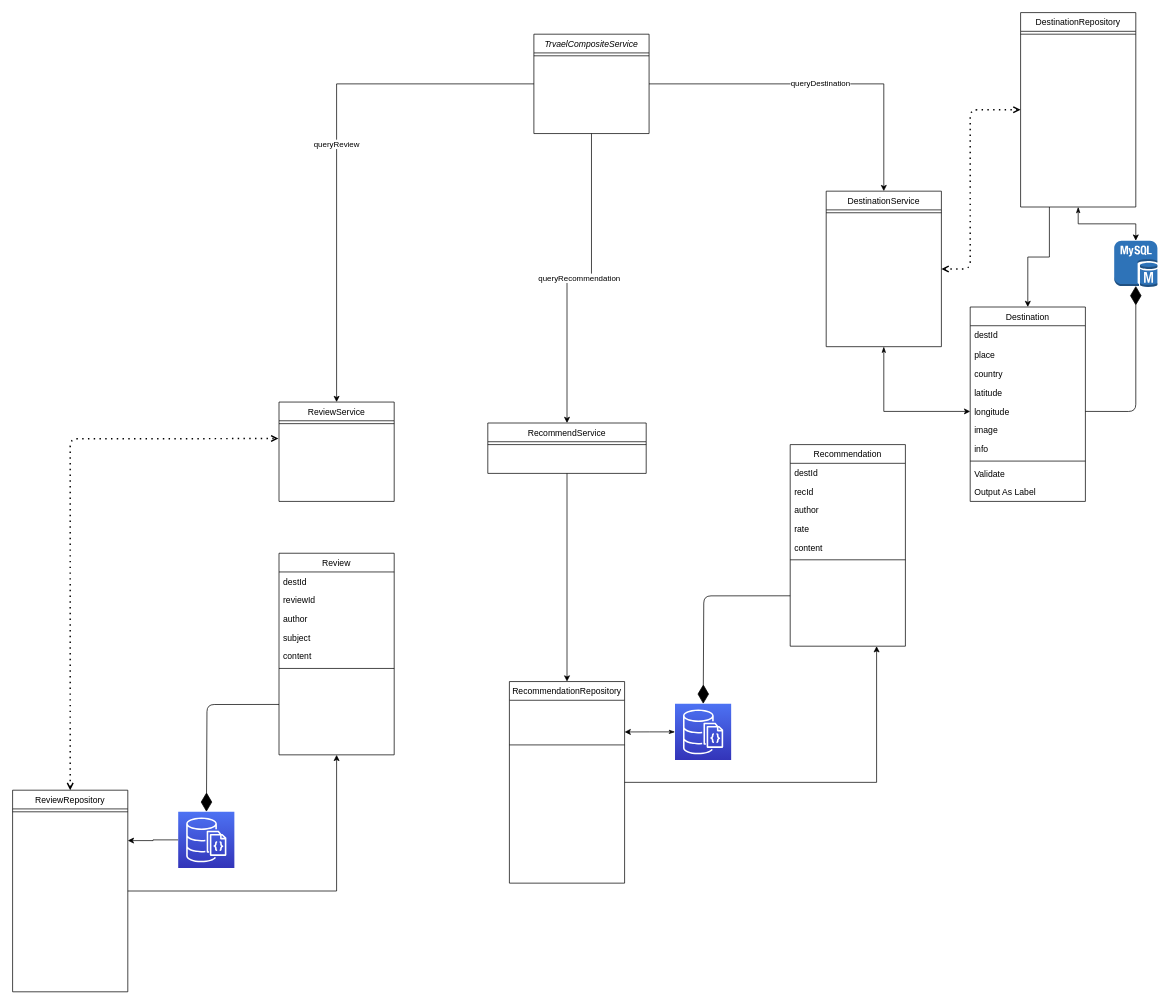
This is docs/diagram.drawio from team-micro/travel-web-app, a draw.io file, before an edit. Source tidied: cells renumbered, new cells numbered last; positions are measured from the earlier drawing's top-left corner, leaving out a move shared by most shapes. Both pictures are drawn from the tidied source at 72%, with x=0, y=0 at pixel (12, 12).
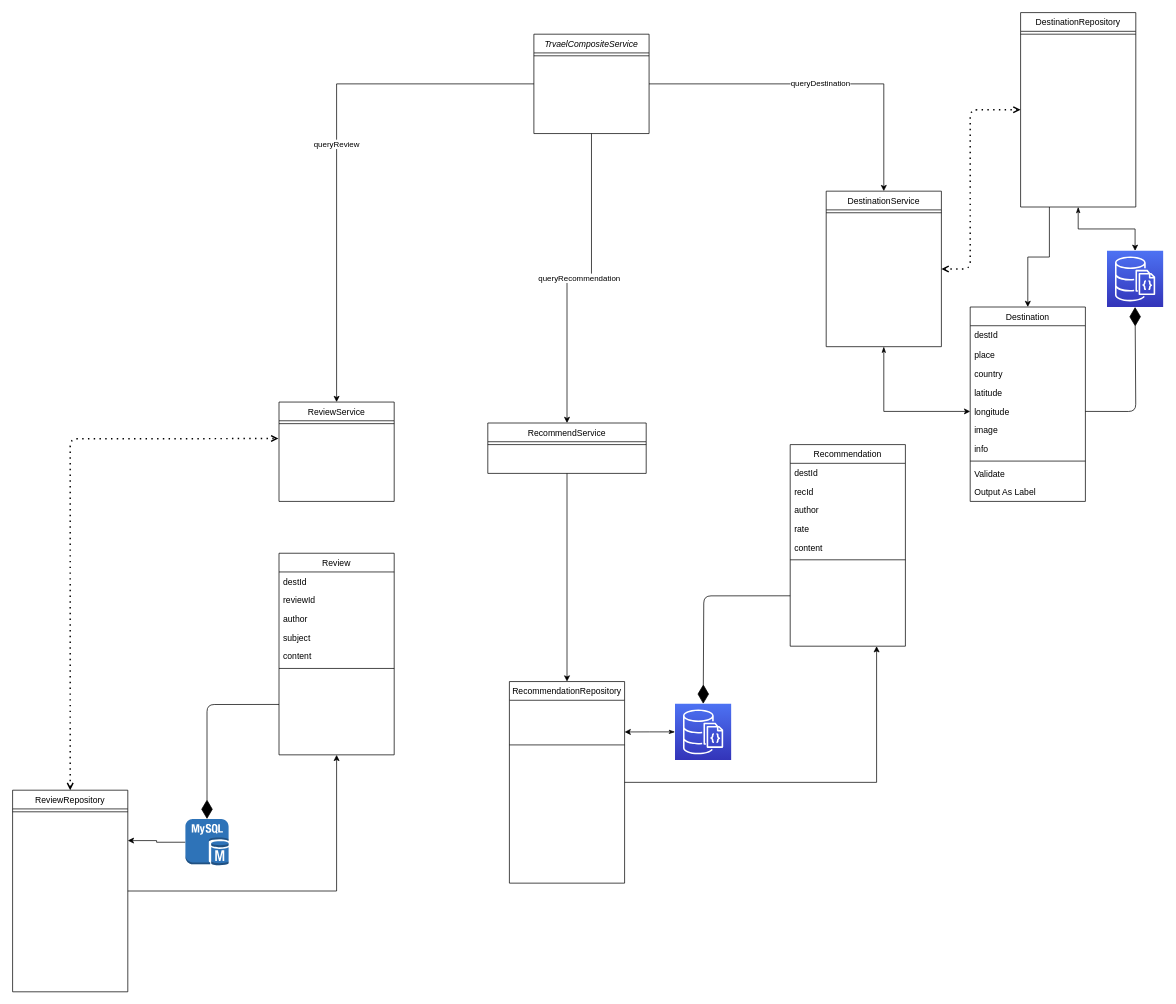
The same page after the edit.

Commit message:
Fix sql bug to be associated with review

The change refers to these unchanged cells:
```xml
<mxCell id="21" value="longitude" style="text;align=left;verticalAlign=top;spacingLeft=4;spacingRight=4;overflow=hidden;points=[[0,0.5],[1,0.5]];portConstraint=eastwest;rounded=0;shadow=0;html=0;" parent="16" vertex="1">
  <mxGeometry y="132" width="160" height="26" as="geometry" />
</mxCell>
<mxCell id="27" value="Review" style="swimlane;fontStyle=0;align=center;verticalAlign=top;horizontal=1;startSize=26;rounded=0;shadow=0;strokeWidth=1;" parent="1" vertex="1">
  <mxGeometry x="370" y="750.9" width="160" height="280" as="geometry" />
</mxCell>
<mxCell id="49" value="ReviewRepository" style="swimlane;fontStyle=0;align=center;verticalAlign=top;horizontal=1;startSize=26;rounded=0;shadow=0;strokeWidth=1;" parent="1" vertex="1">
  <mxGeometry y="1080" width="160" height="280" as="geometry" />
</mxCell>
<mxCell id="52" value="DestinationRepository" style="swimlane;fontStyle=0;align=center;verticalAlign=top;horizontal=1;startSize=26;rounded=0;shadow=0;strokeWidth=1;" parent="1" vertex="1">
  <mxGeometry x="1400" width="160" height="270" as="geometry" />
</mxCell>
```

What changed in the source:
```diff
@@
-    <mxCell id="41" style="endArrow=diamondThin;endFill=1;endSize=24;html=1;exitX=1;exitY=0.5;exitDx=0;exitDy=0;entryX=0.5;entryY=0.975;entryDx=0;entryDy=0;entryPerimeter=0;" parent="1" edge="1" source="21" target="45">
+    <mxCell id="41" style="endArrow=diamondThin;endFill=1;endSize=24;html=1;exitX=1;exitY=0.5;exitDx=0;exitDy=0;entryX=0.5;entryY=1;entryDx=0;entryDy=0;entryPerimeter=0;" parent="1" edge="1" source="21" target="61">
       <mxGeometry relative="1" as="geometry">
         <Array as="points">
           <mxPoint x="1560" y="554" />
         </Array>
       </mxGeometry>
     </mxCell>
@@
-    <mxCell id="43" style="endArrow=diamondThin;endFill=1;endSize=24;html=1;exitX=0;exitY=0.75;exitDx=0;exitDy=0;" parent="1" edge="1" source="27" target="47">
+    <mxCell id="43" style="endArrow=diamondThin;endFill=1;endSize=24;html=1;exitX=0;exitY=0.75;exitDx=0;exitDy=0;entryX=0.5;entryY=0;entryDx=0;entryDy=0;entryPerimeter=0;" parent="1" edge="1" source="27" target="60">
       <mxGeometry relative="1" as="geometry">
         <Array as="points">
           <mxPoint x="270" y="961" />
         </Array>
       </mxGeometry>
     </mxCell>
@@
-    <mxCell id="45" style="outlineConnect=0;dashed=0;verticalLabelPosition=bottom;verticalAlign=top;align=center;html=1;shape=mxgraph.aws3.mysql_db_instance;fillColor=#2E73B8;gradientColor=none;" parent="1" vertex="1">
-      <mxGeometry x="1530" y="316.8" width="60" height="64.5" as="geometry" />
-    </mxCell>
-    <mxCell id="46" style="edgeStyle=orthogonalEdgeStyle;rounded=0;jettySize=auto;html=1;entryX=1;entryY=0.25;entryDx=0;entryDy=0;" parent="1" edge="1" source="47" target="49">
+    <mxCell id="46" style="edgeStyle=orthogonalEdgeStyle;rounded=0;jettySize=auto;html=1;entryX=1;entryY=0.25;entryDx=0;entryDy=0;exitX=0;exitY=0.5;exitDx=0;exitDy=0;exitPerimeter=0;" parent="1" edge="1" source="60" target="49">
       <mxGeometry relative="1" as="geometry" />
     </mxCell>
-    <mxCell id="47" style="sketch=0;points=[[0,0,0],[0.25,0,0],[0.5,0,0],[0.75,0,0],[1,0,0],[0,1,0],[0.25,1,0],[0.5,1,0],[0.75,1,0],[1,1,0],[0,0.25,0],[0,0.5,0],[0,0.75,0],[1,0.25,0],[1,0.5,0],[1,0.75,0]];outlineConnect=0;fontColor=#232F3E;gradientColor=#4D72F3;gradientDirection=north;fillColor=#3334B9;strokeColor=#ffffff;dashed=0;verticalLabelPosition=bottom;verticalAlign=top;align=center;html=1;fontSize=12;fontStyle=0;shape=mxgraph.aws4.resourceIcon;resIcon=mxgraph.aws4.documentdb_with_mongodb_compatibility;" parent="1" vertex="1">
-      <mxGeometry x="230" y="1110" width="78" height="78" as="geometry" />
-    </mxCell>
@@
-    <mxCell id="51" style="edgeStyle=orthogonalEdgeStyle;rounded=0;jettySize=auto;html=1;startArrow=classicThin;startFill=1;" parent="1" edge="1" source="52" target="45">
+    <mxCell id="51" style="edgeStyle=orthogonalEdgeStyle;rounded=0;jettySize=auto;html=1;startArrow=classicThin;startFill=1;entryX=0.5;entryY=0;entryDx=0;entryDy=0;entryPerimeter=0;" parent="1" edge="1" source="52" target="61">
       <mxGeometry relative="1" as="geometry" />
     </mxCell>
@@
+    <mxCell id="60" style="outlineConnect=0;dashed=0;verticalLabelPosition=bottom;verticalAlign=top;align=center;html=1;shape=mxgraph.aws3.mysql_db_instance;fillColor=#2E73B8;gradientColor=none;" parent="1" vertex="1">
+      <mxGeometry x="240" y="1120" width="60" height="64.5" as="geometry" />
+    </mxCell>
+    <mxCell id="61" style="sketch=0;points=[[0,0,0],[0.25,0,0],[0.5,0,0],[0.75,0,0],[1,0,0],[0,1,0],[0.25,1,0],[0.5,1,0],[0.75,1,0],[1,1,0],[0,0.25,0],[0,0.5,0],[0,0.75,0],[1,0.25,0],[1,0.5,0],[1,0.75,0]];outlineConnect=0;fontColor=#232F3E;gradientColor=#4D72F3;gradientDirection=north;fillColor=#3334B9;strokeColor=#ffffff;dashed=0;verticalLabelPosition=bottom;verticalAlign=top;align=center;html=1;fontSize=12;fontStyle=0;shape=mxgraph.aws4.resourceIcon;resIcon=mxgraph.aws4.documentdb_with_mongodb_compatibility;" parent="1" vertex="1">
+      <mxGeometry x="1520" y="330.9" width="78" height="78" as="geometry" />
+    </mxCell>
```
